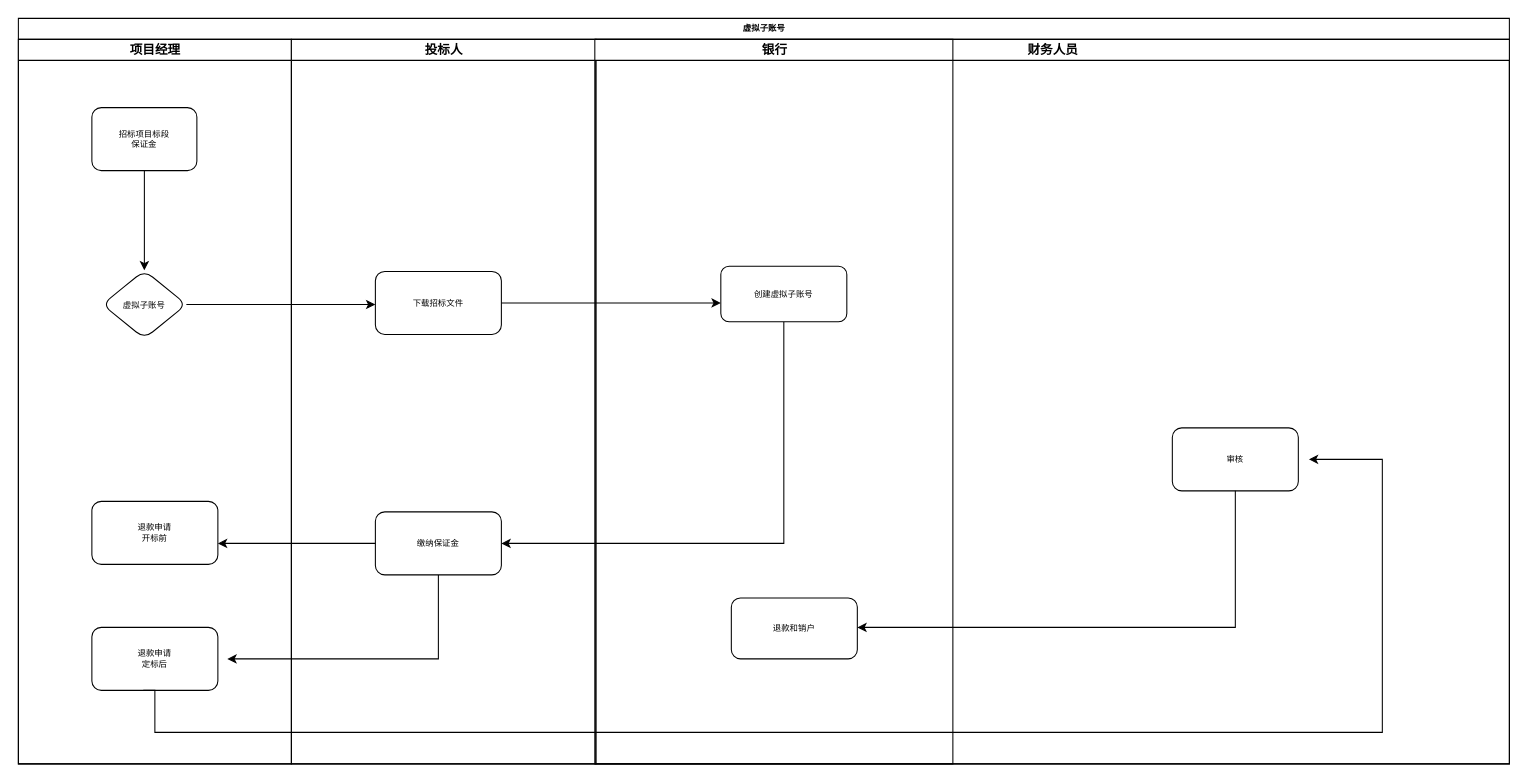
hanqtj/aaron keeps this draw.io diagram as Untitled Diagram.drawio. Above is the earlier version. Source tidied: cells renumbered, new cells numbered last; positions are measured from the earlier drawing's top-left corner, leaving out a move shared by most shapes. Both pictures are drawn from the tidied source at 105%, with x=0, y=0 at pixel (18, 18).
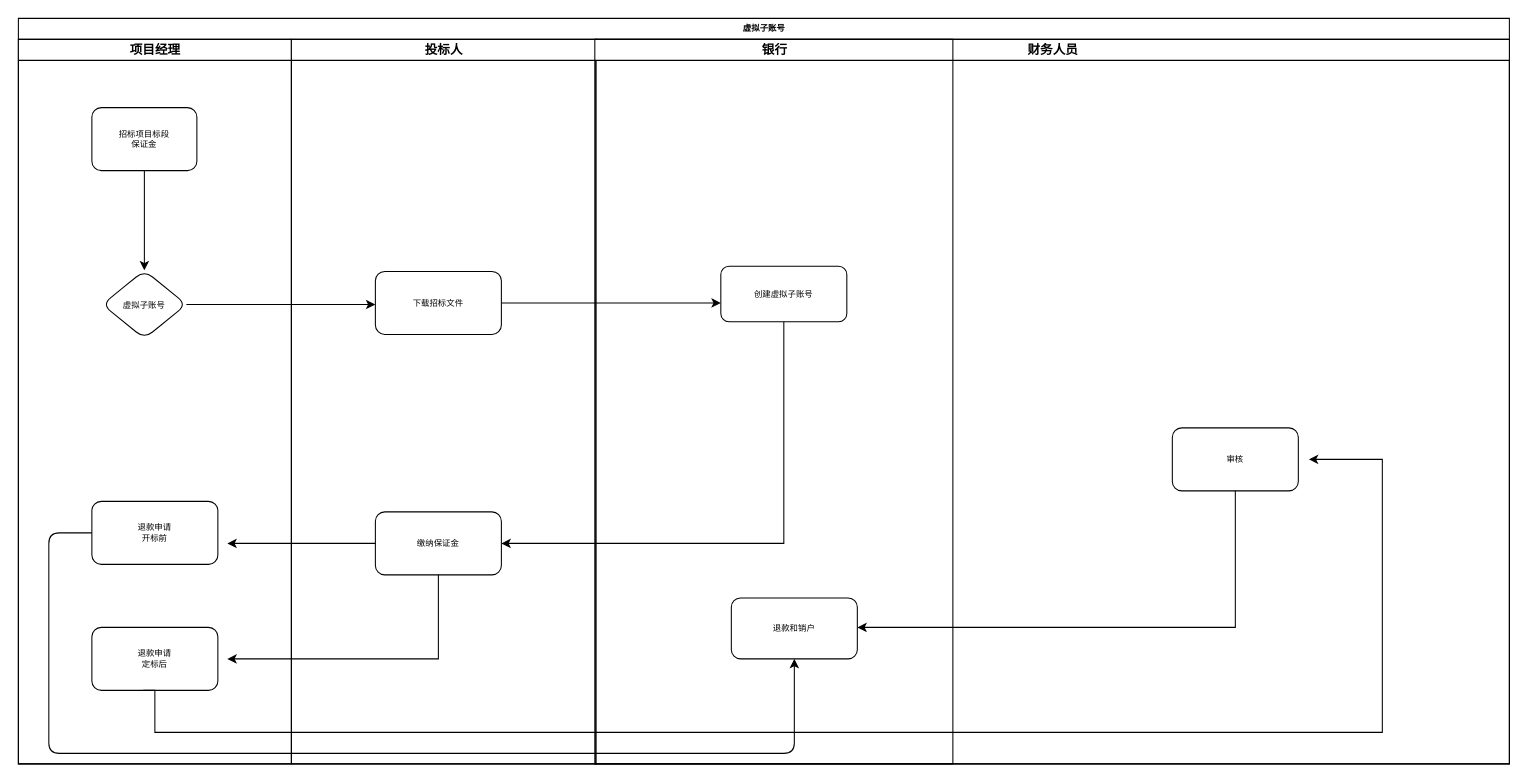
Above is the later version.

The change refers to these unchanged cells:
```xml
<mxCell id="2" value="虚拟子账号" style="swimlane;html=1;startSize=20;rounded=0;shadow=0;labelBackgroundColor=none;strokeWidth=1;fontFamily=Verdana;fontSize=8;align=center;" parent="1" vertex="1">
  <mxGeometry width="1420" height="710" as="geometry" />
</mxCell>
<mxCell id="7" value="退款申请&lt;br&gt;开标前" style="whiteSpace=wrap;html=1;rounded=1;shadow=0;fontFamily=Verdana;fontSize=8;strokeWidth=1;" parent="3" vertex="1">
  <mxGeometry x="70" y="440" width="120" height="60" as="geometry" />
</mxCell>
<mxCell id="11" value="缴纳保证金" style="whiteSpace=wrap;html=1;rounded=1;shadow=0;fontFamily=Verdana;fontSize=8;strokeWidth=1;" parent="9" vertex="1">
  <mxGeometry x="80" y="450" width="120" height="60" as="geometry" />
</mxCell>
<mxCell id="20" value="退款和销户" style="whiteSpace=wrap;html=1;rounded=1;shadow=0;fontFamily=Verdana;fontSize=8;strokeWidth=1;" parent="18" vertex="1">
  <mxGeometry x="130" y="532" width="120" height="58" as="geometry" />
</mxCell>
```

Diff of the diagram source:
```diff
@@
-    <mxCell id="15" style="edgeStyle=orthogonalEdgeStyle;rounded=0;jettySize=auto;html=1;" parent="2" edge="1" source="11" target="7">
+    <mxCell id="15" style="edgeStyle=orthogonalEdgeStyle;rounded=0;jettySize=auto;html=1;" parent="2" edge="1" source="11">
       <mxGeometry relative="1" as="geometry">
+        <mxPoint x="199" y="500" as="targetPoint" />
         <Array as="points">
           <mxPoint x="380" y="500" />
           <mxPoint x="380" y="500" />
         </Array>
       </mxGeometry>
     </mxCell>
@@
+    <mxCell id="24" style="endArrow=classic;html=1;" parent="2" edge="1" source="7" target="20">
+      <mxGeometry relative="1" as="geometry">
+        <Array as="points">
+          <mxPoint x="29" y="490" />
+          <mxPoint x="29" y="700" />
+          <mxPoint x="739" y="700" />
+        </Array>
+      </mxGeometry>
+    </mxCell>
```
